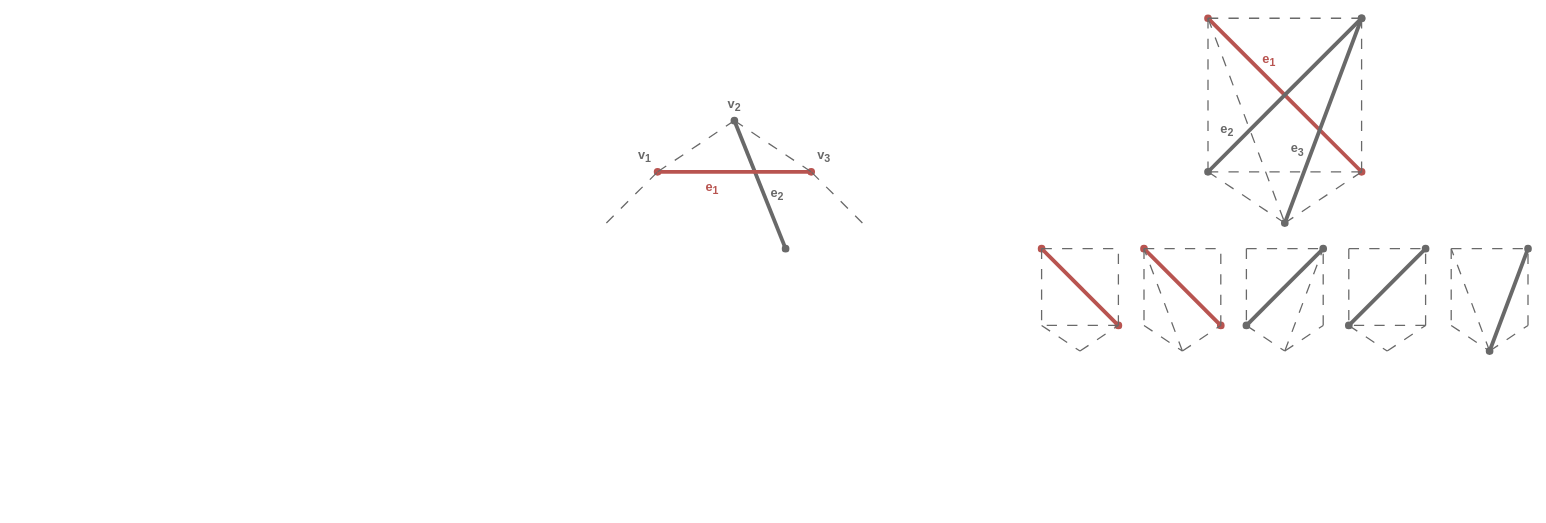
Earlier version of the draw.io diagram tex/drawio/all.drawio (FabianA2001/Bachelorarbeit). Source tidied: cells renumbered, new cells numbered last; positions are measured from the earlier drawing's top-left corner, leaving out a move shared by most shapes. Both pictures are drawn from the tidied source at 64%, with x=0, y=0 at pixel (606, 18).
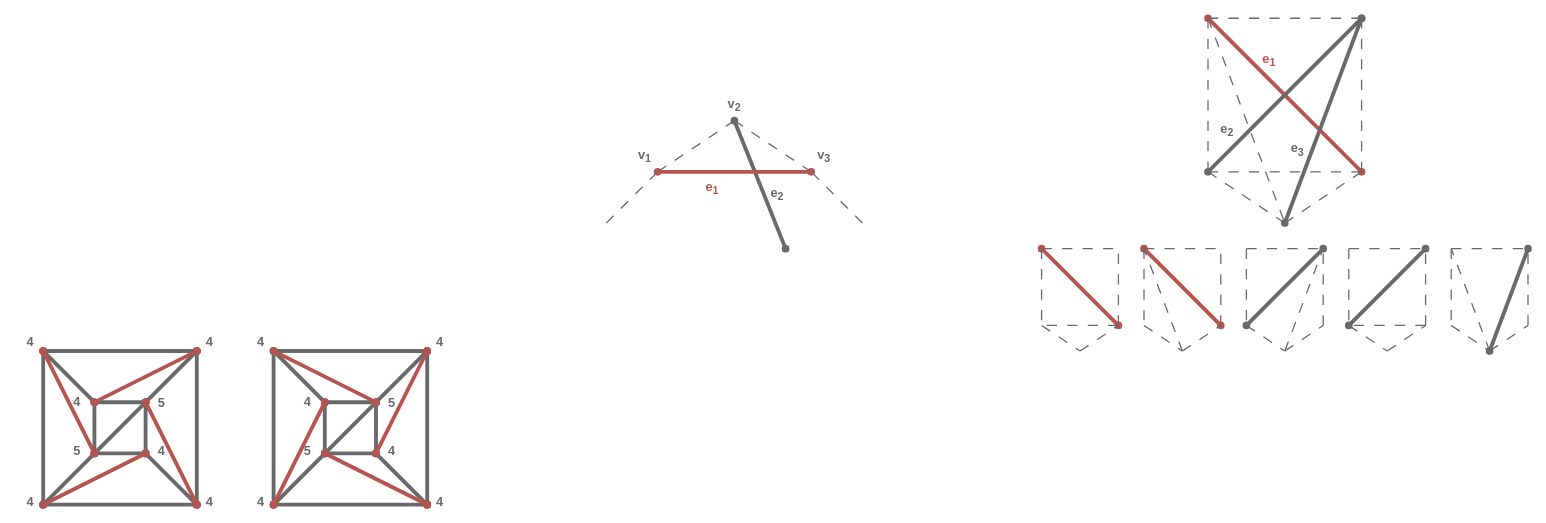
Above is the later version.

The edit, as a diff of the source:
```diff
@@
+    <mxCell id="61" value="&lt;b&gt;&lt;font style=&quot;font-size: 20px; color: rgb(105, 105, 105);&quot;&gt;5&lt;/font&gt;&lt;/b&gt;" style="text;html=1;align=center;verticalAlign=middle;whiteSpace=wrap;rounded=0;fontFamily=Helvetica;fontSize=12;fontColor=default;labelBackgroundColor=default;" parent="1" vertex="1">
+      <mxGeometry x="-497" y="660" width="60" height="30" as="geometry" />
+    </mxCell>
@@
+    <mxCell id="62" style="endArrow=oval;html=1;rounded=0;fontFamily=Helvetica;fontSize=12;fontColor=default;strokeWidth=6;startArrow=oval;startFill=1;endFill=1;strokeColor=light-dark(#696969, #ededed);" parent="1" edge="1">
+      <mxGeometry relative="1" as="geometry">
+        <mxPoint x="-800" y="680" as="sourcePoint" />
+        <mxPoint x="-800" y="600" as="targetPoint" />
+      </mxGeometry>
+    </mxCell>
+    <mxCell id="63" style="endArrow=oval;html=1;rounded=0;fontFamily=Helvetica;fontSize=12;fontColor=default;strokeWidth=6;startArrow=oval;startFill=1;endFill=1;strokeColor=light-dark(#696969, #ededed);" parent="1" edge="1">
+      <mxGeometry relative="1" as="geometry">
+        <mxPoint x="-720" y="600" as="sourcePoint" />
+        <mxPoint x="-800" y="600" as="targetPoint" />
+      </mxGeometry>
+    </mxCell>
+    <mxCell id="64" style="endArrow=oval;html=1;rounded=0;fontFamily=Helvetica;fontSize=12;fontColor=default;strokeWidth=6;startArrow=oval;startFill=1;endFill=1;strokeColor=light-dark(#696969, #ededed);" parent="1" edge="1">
+      <mxGeometry relative="1" as="geometry">
+        <mxPoint x="-720" y="680" as="sourcePoint" />
+        <mxPoint x="-720" y="600" as="targetPoint" />
+      </mxGeometry>
+    </mxCell>
+    <mxCell id="65" style="endArrow=oval;html=1;rounded=0;fontFamily=Helvetica;fontSize=12;fontColor=default;strokeWidth=6;startArrow=oval;startFill=1;endFill=1;strokeColor=light-dark(#696969, #ededed);" parent="1" edge="1">
+      <mxGeometry relative="1" as="geometry">
+        <mxPoint x="-720" y="680" as="sourcePoint" />
+        <mxPoint x="-800" y="680" as="targetPoint" />
+      </mxGeometry>
+    </mxCell>
+    <mxCell id="66" style="endArrow=oval;html=1;rounded=0;fontFamily=Helvetica;fontSize=12;fontColor=default;strokeWidth=6;startArrow=oval;startFill=1;endFill=1;strokeColor=light-dark(#696969, #ededed);" parent="1" edge="1">
+      <mxGeometry relative="1" as="geometry">
+        <mxPoint x="-800" y="680" as="sourcePoint" />
+        <mxPoint x="-720" y="600" as="targetPoint" />
+      </mxGeometry>
+    </mxCell>
+    <mxCell id="67" style="endArrow=oval;html=1;rounded=0;fontFamily=Helvetica;fontSize=12;fontColor=default;strokeWidth=6;startArrow=oval;startFill=1;endFill=1;strokeColor=light-dark(#696969, #ededed);" parent="1" edge="1">
+      <mxGeometry relative="1" as="geometry">
+        <mxPoint x="-640" y="760" as="sourcePoint" />
+        <mxPoint x="-640" y="520" as="targetPoint" />
+      </mxGeometry>
+    </mxCell>
+    <mxCell id="68" style="endArrow=oval;html=1;rounded=0;fontFamily=Helvetica;fontSize=12;fontColor=default;strokeWidth=6;startArrow=oval;startFill=1;endFill=1;strokeColor=light-dark(#696969, #ededed);" parent="1" edge="1">
+      <mxGeometry relative="1" as="geometry">
+        <mxPoint x="-880" y="760" as="sourcePoint" />
+        <mxPoint x="-640" y="760" as="targetPoint" />
+      </mxGeometry>
+    </mxCell>
+    <mxCell id="69" style="endArrow=oval;html=1;rounded=0;fontFamily=Helvetica;fontSize=12;fontColor=default;strokeWidth=6;startArrow=oval;startFill=1;endFill=1;strokeColor=light-dark(#696969, #ededed);" parent="1" edge="1">
+      <mxGeometry relative="1" as="geometry">
+        <mxPoint x="-880" y="520" as="sourcePoint" />
+        <mxPoint x="-880" y="760" as="targetPoint" />
+      </mxGeometry>
+    </mxCell>
+    <mxCell id="70" style="endArrow=oval;html=1;rounded=0;fontFamily=Helvetica;fontSize=12;fontColor=default;strokeWidth=6;startArrow=oval;startFill=1;endFill=1;strokeColor=light-dark(#696969, #ededed);" parent="1" edge="1">
+      <mxGeometry relative="1" as="geometry">
+        <mxPoint x="-880" y="520" as="sourcePoint" />
+        <mxPoint x="-640" y="520" as="targetPoint" />
+      </mxGeometry>
+    </mxCell>
+    <mxCell id="71" value="&lt;b&gt;&lt;font style=&quot;font-size: 20px; color: rgb(105, 105, 105);&quot;&gt;4&lt;/font&gt;&lt;/b&gt;" style="text;html=1;align=center;verticalAlign=middle;whiteSpace=wrap;rounded=0;fontFamily=Helvetica;fontSize=12;fontColor=default;labelBackgroundColor=default;" parent="1" vertex="1">
+      <mxGeometry x="-930" y="490" width="60" height="30" as="geometry" />
+    </mxCell>
+    <mxCell id="72" value="&lt;b&gt;&lt;font style=&quot;font-size: 20px; color: rgb(105, 105, 105);&quot;&gt;4&lt;/font&gt;&lt;/b&gt;" style="text;html=1;align=center;verticalAlign=middle;whiteSpace=wrap;rounded=0;fontFamily=Helvetica;fontSize=12;fontColor=default;labelBackgroundColor=default;" parent="1" vertex="1">
+      <mxGeometry x="-725" y="660" width="60" height="30" as="geometry" />
+    </mxCell>
+    <mxCell id="73" value="&lt;b&gt;&lt;font style=&quot;font-size: 20px; color: rgb(105, 105, 105);&quot;&gt;4&lt;/font&gt;&lt;/b&gt;" style="text;html=1;align=center;verticalAlign=middle;whiteSpace=wrap;rounded=0;fontFamily=Helvetica;fontSize=12;fontColor=default;labelBackgroundColor=default;" parent="1" vertex="1">
+      <mxGeometry x="-930" y="740" width="60" height="30" as="geometry" />
+    </mxCell>
+    <mxCell id="74" value="&lt;b&gt;&lt;font style=&quot;font-size: 20px; color: rgb(105, 105, 105);&quot;&gt;4&lt;/font&gt;&lt;/b&gt;" style="text;html=1;align=center;verticalAlign=middle;whiteSpace=wrap;rounded=0;fontFamily=Helvetica;fontSize=12;fontColor=default;labelBackgroundColor=default;" parent="1" vertex="1">
+      <mxGeometry x="-650" y="740" width="60" height="30" as="geometry" />
+    </mxCell>
+    <mxCell id="75" value="&lt;b&gt;&lt;font style=&quot;font-size: 20px; color: rgb(105, 105, 105);&quot;&gt;4&lt;/font&gt;&lt;/b&gt;" style="text;html=1;align=center;verticalAlign=middle;whiteSpace=wrap;rounded=0;fontFamily=Helvetica;fontSize=12;fontColor=default;labelBackgroundColor=default;" parent="1" vertex="1">
+      <mxGeometry x="-650" y="490" width="60" height="30" as="geometry" />
+    </mxCell>
+    <mxCell id="76" value="&lt;b&gt;&lt;font style=&quot;font-size: 20px; color: rgb(105, 105, 105);&quot;&gt;4&lt;/font&gt;&lt;/b&gt;" style="text;html=1;align=center;verticalAlign=middle;whiteSpace=wrap;rounded=0;fontFamily=Helvetica;fontSize=12;fontColor=default;labelBackgroundColor=default;" parent="1" vertex="1">
+      <mxGeometry x="-857" y="583" width="60" height="30" as="geometry" />
+    </mxCell>
+    <mxCell id="77" value="&lt;b&gt;&lt;font style=&quot;font-size: 20px; color: rgb(105, 105, 105);&quot;&gt;5&lt;/font&gt;&lt;/b&gt;" style="text;html=1;align=center;verticalAlign=middle;whiteSpace=wrap;rounded=0;fontFamily=Helvetica;fontSize=12;fontColor=default;labelBackgroundColor=default;" parent="1" vertex="1">
+      <mxGeometry x="-725" y="585" width="60" height="30" as="geometry" />
+    </mxCell>
+    <mxCell id="78" value="&lt;b&gt;&lt;font style=&quot;font-size: 20px; color: rgb(105, 105, 105);&quot;&gt;5&lt;/font&gt;&lt;/b&gt;" style="text;html=1;align=center;verticalAlign=middle;whiteSpace=wrap;rounded=0;fontFamily=Helvetica;fontSize=12;fontColor=default;labelBackgroundColor=default;" parent="1" vertex="1">
+      <mxGeometry x="-857" y="660" width="60" height="30" as="geometry" />
+    </mxCell>
+    <mxCell id="79" style="endArrow=oval;html=1;rounded=0;fontFamily=Helvetica;fontSize=12;fontColor=default;strokeWidth=6;startArrow=oval;startFill=1;endFill=1;strokeColor=light-dark(#696969, #ededed);" parent="1" edge="1">
+      <mxGeometry relative="1" as="geometry">
+        <mxPoint x="-880" y="520" as="sourcePoint" />
+        <mxPoint x="-800" y="600" as="targetPoint" />
+      </mxGeometry>
+    </mxCell>
+    <mxCell id="80" style="endArrow=oval;html=1;rounded=0;fontFamily=Helvetica;fontSize=12;fontColor=default;strokeWidth=6;startArrow=oval;startFill=1;endFill=1;strokeColor=light-dark(#696969, #ededed);" parent="1" edge="1">
+      <mxGeometry relative="1" as="geometry">
+        <mxPoint x="-720" y="600" as="sourcePoint" />
+        <mxPoint x="-640" y="520" as="targetPoint" />
+      </mxGeometry>
+    </mxCell>
+    <mxCell id="81" style="endArrow=oval;html=1;rounded=0;fontFamily=Helvetica;fontSize=12;fontColor=default;strokeWidth=6;startArrow=oval;startFill=1;endFill=1;strokeColor=light-dark(#696969, #ededed);" parent="1" edge="1">
+      <mxGeometry relative="1" as="geometry">
+        <mxPoint x="-640" y="760" as="sourcePoint" />
+        <mxPoint x="-720" y="680" as="targetPoint" />
+      </mxGeometry>
+    </mxCell>
+    <mxCell id="82" style="endArrow=oval;html=1;rounded=0;fontFamily=Helvetica;fontSize=12;fontColor=default;strokeWidth=6;startArrow=oval;startFill=1;endFill=1;strokeColor=light-dark(#696969, #ededed);" parent="1" edge="1">
+      <mxGeometry relative="1" as="geometry">
+        <mxPoint x="-880" y="760" as="sourcePoint" />
+        <mxPoint x="-800" y="680" as="targetPoint" />
+      </mxGeometry>
+    </mxCell>
+    <mxCell id="83" style="endArrow=oval;html=1;rounded=0;fontFamily=Helvetica;fontSize=12;fontColor=default;strokeWidth=6;startArrow=oval;startFill=1;endFill=1;strokeColor=light-dark(#696969, #ededed);" parent="1" edge="1">
+      <mxGeometry relative="1" as="geometry">
+        <mxPoint x="-440" y="680" as="sourcePoint" />
+        <mxPoint x="-440" y="600" as="targetPoint" />
+      </mxGeometry>
+    </mxCell>
+    <mxCell id="84" style="endArrow=oval;html=1;rounded=0;fontFamily=Helvetica;fontSize=12;fontColor=default;strokeWidth=6;startArrow=oval;startFill=1;endFill=1;strokeColor=light-dark(#696969, #ededed);" parent="1" edge="1">
+      <mxGeometry relative="1" as="geometry">
+        <mxPoint x="-360" y="600" as="sourcePoint" />
+        <mxPoint x="-440" y="600" as="targetPoint" />
+      </mxGeometry>
+    </mxCell>
+    <mxCell id="85" style="endArrow=oval;html=1;rounded=0;fontFamily=Helvetica;fontSize=12;fontColor=default;strokeWidth=6;startArrow=oval;startFill=1;endFill=1;strokeColor=light-dark(#696969, #ededed);" parent="1" edge="1">
+      <mxGeometry relative="1" as="geometry">
+        <mxPoint x="-360" y="680" as="sourcePoint" />
+        <mxPoint x="-360" y="600" as="targetPoint" />
+      </mxGeometry>
+    </mxCell>
+    <mxCell id="86" style="endArrow=oval;html=1;rounded=0;fontFamily=Helvetica;fontSize=12;fontColor=default;strokeWidth=6;startArrow=oval;startFill=1;endFill=1;strokeColor=light-dark(#696969, #ededed);" parent="1" edge="1">
+      <mxGeometry relative="1" as="geometry">
+        <mxPoint x="-360" y="680" as="sourcePoint" />
+        <mxPoint x="-440" y="680" as="targetPoint" />
+      </mxGeometry>
+    </mxCell>
+    <mxCell id="87" style="endArrow=oval;html=1;rounded=0;fontFamily=Helvetica;fontSize=12;fontColor=default;strokeWidth=6;startArrow=oval;startFill=1;endFill=1;strokeColor=light-dark(#696969, #ededed);" parent="1" edge="1">
+      <mxGeometry relative="1" as="geometry">
+        <mxPoint x="-440" y="680" as="sourcePoint" />
+        <mxPoint x="-360" y="600" as="targetPoint" />
+      </mxGeometry>
+    </mxCell>
+    <mxCell id="88" style="endArrow=oval;html=1;rounded=0;fontFamily=Helvetica;fontSize=12;fontColor=default;strokeWidth=6;startArrow=oval;startFill=1;endFill=1;strokeColor=light-dark(#696969, #ededed);" parent="1" edge="1">
+      <mxGeometry relative="1" as="geometry">
+        <mxPoint x="-280" y="760" as="sourcePoint" />
+        <mxPoint x="-280" y="520" as="targetPoint" />
+      </mxGeometry>
+    </mxCell>
+    <mxCell id="89" style="endArrow=oval;html=1;rounded=0;fontFamily=Helvetica;fontSize=12;fontColor=default;strokeWidth=6;startArrow=oval;startFill=1;endFill=1;strokeColor=light-dark(#696969, #ededed);" parent="1" edge="1">
+      <mxGeometry relative="1" as="geometry">
+        <mxPoint x="-520" y="760" as="sourcePoint" />
+        <mxPoint x="-280" y="760" as="targetPoint" />
+      </mxGeometry>
+    </mxCell>
+    <mxCell id="90" style="endArrow=oval;html=1;rounded=0;fontFamily=Helvetica;fontSize=12;fontColor=default;strokeWidth=6;startArrow=oval;startFill=1;endFill=1;strokeColor=light-dark(#696969, #ededed);" parent="1" edge="1">
+      <mxGeometry relative="1" as="geometry">
+        <mxPoint x="-520" y="520" as="sourcePoint" />
+        <mxPoint x="-520" y="760" as="targetPoint" />
+      </mxGeometry>
+    </mxCell>
+    <mxCell id="91" style="endArrow=oval;html=1;rounded=0;fontFamily=Helvetica;fontSize=12;fontColor=default;strokeWidth=6;startArrow=oval;startFill=1;endFill=1;strokeColor=light-dark(#696969, #ededed);" parent="1" edge="1">
+      <mxGeometry relative="1" as="geometry">
+        <mxPoint x="-520" y="520" as="sourcePoint" />
+        <mxPoint x="-280" y="520" as="targetPoint" />
+      </mxGeometry>
+    </mxCell>
+    <mxCell id="92" style="endArrow=oval;html=1;rounded=0;fontFamily=Helvetica;fontSize=12;fontColor=default;strokeWidth=6;startArrow=oval;startFill=1;endFill=1;strokeColor=light-dark(#696969, #ededed);" parent="1" edge="1">
+      <mxGeometry relative="1" as="geometry">
+        <mxPoint x="-520" y="520" as="sourcePoint" />
+        <mxPoint x="-440" y="600" as="targetPoint" />
+      </mxGeometry>
+    </mxCell>
+    <mxCell id="93" style="endArrow=oval;html=1;rounded=0;fontFamily=Helvetica;fontSize=12;fontColor=default;strokeWidth=6;startArrow=oval;startFill=1;endFill=1;strokeColor=light-dark(#696969, #ededed);" parent="1" edge="1">
+      <mxGeometry relative="1" as="geometry">
+        <mxPoint x="-360" y="600" as="sourcePoint" />
+        <mxPoint x="-280" y="520" as="targetPoint" />
+      </mxGeometry>
+    </mxCell>
+    <mxCell id="94" style="endArrow=oval;html=1;rounded=0;fontFamily=Helvetica;fontSize=12;fontColor=default;strokeWidth=6;startArrow=oval;startFill=1;endFill=1;strokeColor=light-dark(#696969, #ededed);" parent="1" edge="1">
+      <mxGeometry relative="1" as="geometry">
+        <mxPoint x="-280" y="760" as="sourcePoint" />
+        <mxPoint x="-360" y="680" as="targetPoint" />
+      </mxGeometry>
+    </mxCell>
+    <mxCell id="95" style="endArrow=oval;html=1;rounded=0;fontFamily=Helvetica;fontSize=12;fontColor=default;strokeWidth=6;startArrow=oval;startFill=1;endFill=1;strokeColor=light-dark(#696969, #ededed);" parent="1" edge="1">
+      <mxGeometry relative="1" as="geometry">
+        <mxPoint x="-520" y="760" as="sourcePoint" />
+        <mxPoint x="-440" y="680" as="targetPoint" />
+      </mxGeometry>
+    </mxCell>
+    <mxCell id="96" style="endArrow=oval;html=1;rounded=0;fontFamily=Helvetica;fontSize=12;fontColor=default;strokeWidth=6;startArrow=oval;startFill=1;endFill=1;fillColor=#f8cecc;strokeColor=light-dark(#b85450, #d7817e);" parent="1" edge="1">
+      <mxGeometry relative="1" as="geometry">
+        <mxPoint x="-440" y="600" as="sourcePoint" />
+        <mxPoint x="-520" y="760" as="targetPoint" />
+      </mxGeometry>
+    </mxCell>
+    <mxCell id="97" style="endArrow=oval;html=1;rounded=0;fontFamily=Helvetica;fontSize=12;fontColor=default;strokeWidth=6;startArrow=oval;startFill=1;endFill=1;fillColor=#f8cecc;strokeColor=light-dark(#b85450, #d7817e);" parent="1" edge="1">
+      <mxGeometry relative="1" as="geometry">
+        <mxPoint x="-520" y="520" as="sourcePoint" />
+        <mxPoint x="-360" y="600" as="targetPoint" />
+      </mxGeometry>
+    </mxCell>
+    <mxCell id="98" style="endArrow=oval;html=1;rounded=0;fontFamily=Helvetica;fontSize=12;fontColor=default;strokeWidth=6;startArrow=oval;startFill=1;endFill=1;fillColor=#f8cecc;strokeColor=light-dark(#b85450, #d7817e);" parent="1" edge="1">
+      <mxGeometry relative="1" as="geometry">
+        <mxPoint x="-280" y="520" as="sourcePoint" />
+        <mxPoint x="-360" y="680" as="targetPoint" />
+      </mxGeometry>
+    </mxCell>
+    <mxCell id="99" style="endArrow=oval;html=1;rounded=0;fontFamily=Helvetica;fontSize=12;fontColor=default;strokeWidth=6;startArrow=oval;startFill=1;endFill=1;fillColor=#f8cecc;strokeColor=light-dark(#b85450, #d7817e);" parent="1" edge="1">
+      <mxGeometry relative="1" as="geometry">
+        <mxPoint x="-280" y="760" as="sourcePoint" />
+        <mxPoint x="-440" y="680" as="targetPoint" />
+      </mxGeometry>
+    </mxCell>
+    <mxCell id="100" style="endArrow=oval;html=1;rounded=0;fontFamily=Helvetica;fontSize=12;fontColor=default;strokeWidth=6;startArrow=oval;startFill=1;endFill=1;fillColor=#f8cecc;strokeColor=light-dark(#b85450, #d7817e);" parent="1" edge="1">
+      <mxGeometry relative="1" as="geometry">
+        <mxPoint x="-800" y="600" as="sourcePoint" />
+        <mxPoint x="-640" y="520" as="targetPoint" />
+      </mxGeometry>
+    </mxCell>
+    <mxCell id="101" style="endArrow=oval;html=1;rounded=0;fontFamily=Helvetica;fontSize=12;fontColor=default;strokeWidth=6;startArrow=oval;startFill=1;endFill=1;fillColor=#f8cecc;strokeColor=light-dark(#b85450, #d7817e);" parent="1" edge="1">
+      <mxGeometry relative="1" as="geometry">
+        <mxPoint x="-720" y="600" as="sourcePoint" />
+        <mxPoint x="-640" y="760" as="targetPoint" />
+      </mxGeometry>
+    </mxCell>
+    <mxCell id="102" style="endArrow=oval;html=1;rounded=0;fontFamily=Helvetica;fontSize=12;fontColor=default;strokeWidth=6;startArrow=oval;startFill=1;endFill=1;fillColor=#f8cecc;strokeColor=light-dark(#b85450, #d7817e);" parent="1" edge="1">
+      <mxGeometry relative="1" as="geometry">
+        <mxPoint x="-720" y="680" as="sourcePoint" />
+        <mxPoint x="-880" y="760" as="targetPoint" />
+      </mxGeometry>
+    </mxCell>
+    <mxCell id="103" style="endArrow=oval;html=1;rounded=0;fontFamily=Helvetica;fontSize=12;fontColor=default;strokeWidth=6;startArrow=oval;startFill=1;endFill=1;fillColor=#f8cecc;strokeColor=light-dark(#b85450, #d7817e);" parent="1" edge="1">
+      <mxGeometry relative="1" as="geometry">
+        <mxPoint x="-880" y="520" as="sourcePoint" />
+        <mxPoint x="-800" y="680" as="targetPoint" />
+      </mxGeometry>
+    </mxCell>
+    <mxCell id="104" value="&lt;b&gt;&lt;font style=&quot;font-size: 20px; color: rgb(105, 105, 105);&quot;&gt;4&lt;/font&gt;&lt;/b&gt;" style="text;html=1;align=center;verticalAlign=middle;whiteSpace=wrap;rounded=0;fontFamily=Helvetica;fontSize=12;fontColor=default;labelBackgroundColor=default;" parent="1" vertex="1">
+      <mxGeometry x="-570" y="490" width="60" height="30" as="geometry" />
+    </mxCell>
+    <mxCell id="105" value="&lt;b&gt;&lt;font style=&quot;font-size: 20px; color: rgb(105, 105, 105);&quot;&gt;4&lt;/font&gt;&lt;/b&gt;" style="text;html=1;align=center;verticalAlign=middle;whiteSpace=wrap;rounded=0;fontFamily=Helvetica;fontSize=12;fontColor=default;labelBackgroundColor=default;" parent="1" vertex="1">
+      <mxGeometry x="-365" y="660" width="60" height="30" as="geometry" />
+    </mxCell>
+    <mxCell id="106" value="&lt;b&gt;&lt;font style=&quot;font-size: 20px; color: rgb(105, 105, 105);&quot;&gt;4&lt;/font&gt;&lt;/b&gt;" style="text;html=1;align=center;verticalAlign=middle;whiteSpace=wrap;rounded=0;fontFamily=Helvetica;fontSize=12;fontColor=default;labelBackgroundColor=default;" parent="1" vertex="1">
+      <mxGeometry x="-570" y="740" width="60" height="30" as="geometry" />
+    </mxCell>
+    <mxCell id="107" value="&lt;b&gt;&lt;font style=&quot;font-size: 20px; color: rgb(105, 105, 105);&quot;&gt;4&lt;/font&gt;&lt;/b&gt;" style="text;html=1;align=center;verticalAlign=middle;whiteSpace=wrap;rounded=0;fontFamily=Helvetica;fontSize=12;fontColor=default;labelBackgroundColor=default;" parent="1" vertex="1">
+      <mxGeometry x="-290" y="740" width="60" height="30" as="geometry" />
+    </mxCell>
+    <mxCell id="108" value="&lt;b&gt;&lt;font style=&quot;font-size: 20px; color: rgb(105, 105, 105);&quot;&gt;4&lt;/font&gt;&lt;/b&gt;" style="text;html=1;align=center;verticalAlign=middle;whiteSpace=wrap;rounded=0;fontFamily=Helvetica;fontSize=12;fontColor=default;labelBackgroundColor=default;" parent="1" vertex="1">
+      <mxGeometry x="-290" y="490" width="60" height="30" as="geometry" />
+    </mxCell>
+    <mxCell id="109" value="&lt;b&gt;&lt;font style=&quot;font-size: 20px; color: rgb(105, 105, 105);&quot;&gt;4&lt;/font&gt;&lt;/b&gt;" style="text;html=1;align=center;verticalAlign=middle;whiteSpace=wrap;rounded=0;fontFamily=Helvetica;fontSize=12;fontColor=default;labelBackgroundColor=default;" parent="1" vertex="1">
+      <mxGeometry x="-497" y="583" width="60" height="30" as="geometry" />
+    </mxCell>
+    <mxCell id="110" value="&lt;b&gt;&lt;font style=&quot;font-size: 20px; color: rgb(105, 105, 105);&quot;&gt;5&lt;/font&gt;&lt;/b&gt;" style="text;html=1;align=center;verticalAlign=middle;whiteSpace=wrap;rounded=0;fontFamily=Helvetica;fontSize=12;fontColor=default;labelBackgroundColor=default;" parent="1" vertex="1">
+      <mxGeometry x="-365" y="585" width="60" height="30" as="geometry" />
+    </mxCell>
```
